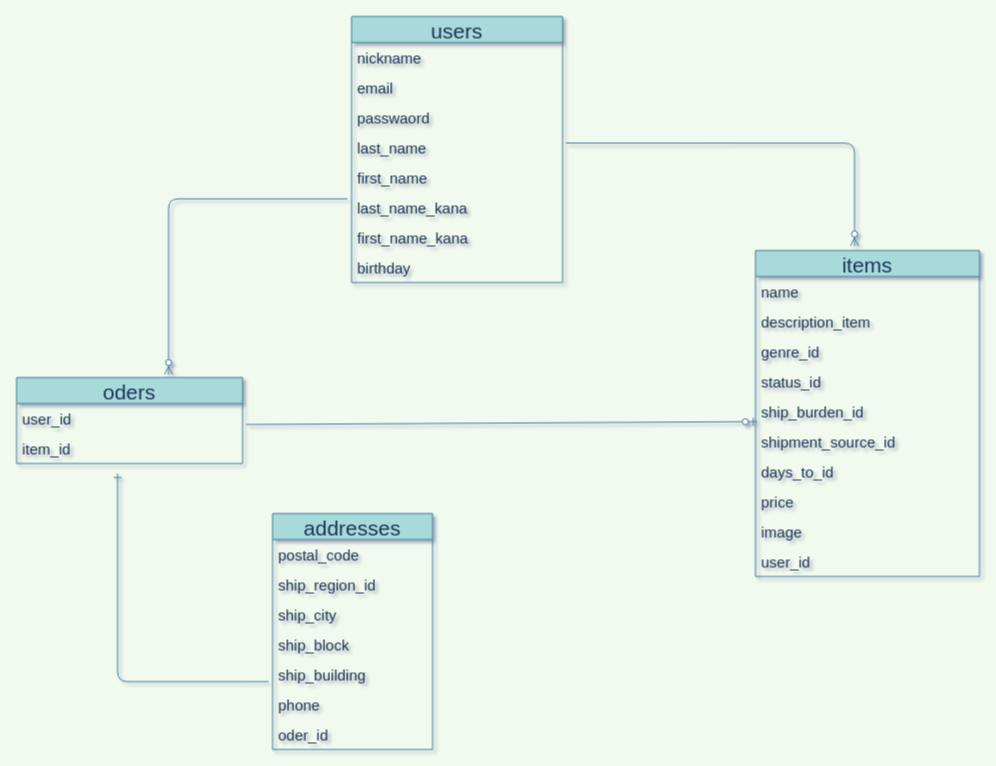
Before: ER.dio in murasan1008/furima-30604, a draw.io diagram. Source tidied: cells renumbered, new cells numbered last; positions are measured from the earlier drawing's top-left corner, leaving out a move shared by most shapes. Both pictures are drawn from the tidied source at 100%, with x=0, y=0 at pixel (16, 16).
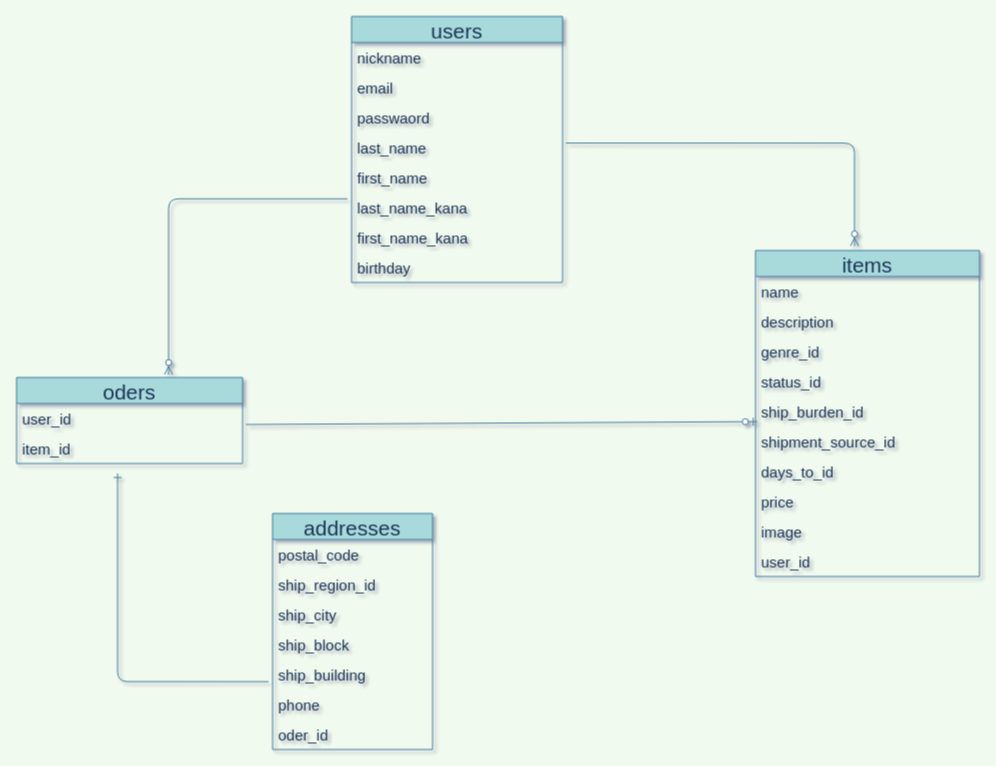
After the change.

The change refers to these unchanged cells:
```xml
<mxCell id="11" value="items" style="swimlane;fontStyle=0;horizontal=1;startSize=26;align=center;fontSize=21;fillColor=#A8DADC;strokeColor=#457B9D;fontColor=#1D3557;" parent="1" vertex="1">
  <mxGeometry x="739" y="234" width="224" height="326" as="geometry" />
</mxCell>
```

The edit, as a diff of the source:
```diff
@@
-    <mxCell id="13" value="description_item" style="text;strokeColor=none;fillColor=none;spacingLeft=4;spacingRight=4;overflow=hidden;fontSize=15;fontColor=#1D3557;" parent="11" vertex="1">
+    <mxCell id="13" value="description" style="text;strokeColor=none;fillColor=none;spacingLeft=4;spacingRight=4;overflow=hidden;fontSize=15;fontColor=#1D3557;" parent="11" vertex="1">
       <mxGeometry y="56" width="224" height="30" as="geometry" />
     </mxCell>
```
